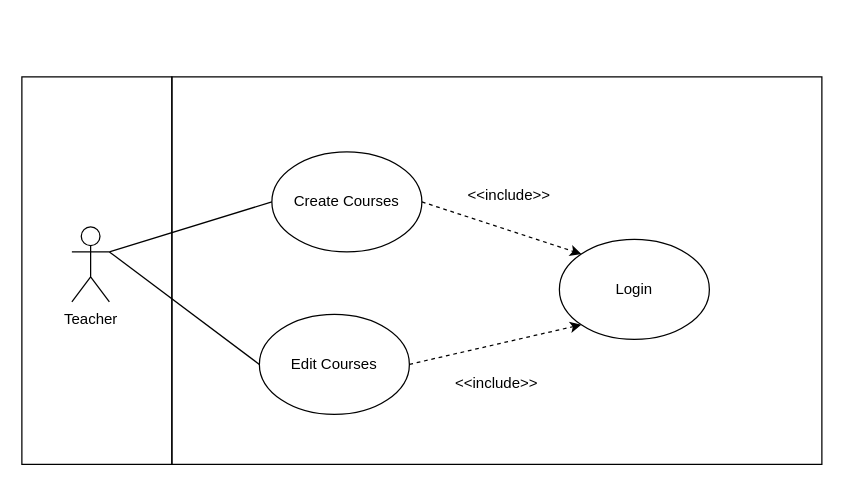
pikaitoh/HackAcad.Web keeps this draw.io diagram as UML DIAGRAMS/Teacher.drawio. Above is the earlier version. Source tidied: cells renumbered, new cells numbered last; positions are measured from the earlier drawing's top-left corner, leaving out a move shared by most shapes. Both pictures are drawn from the tidied source at 125%, with x=0, y=0 at pixel (21, 76).
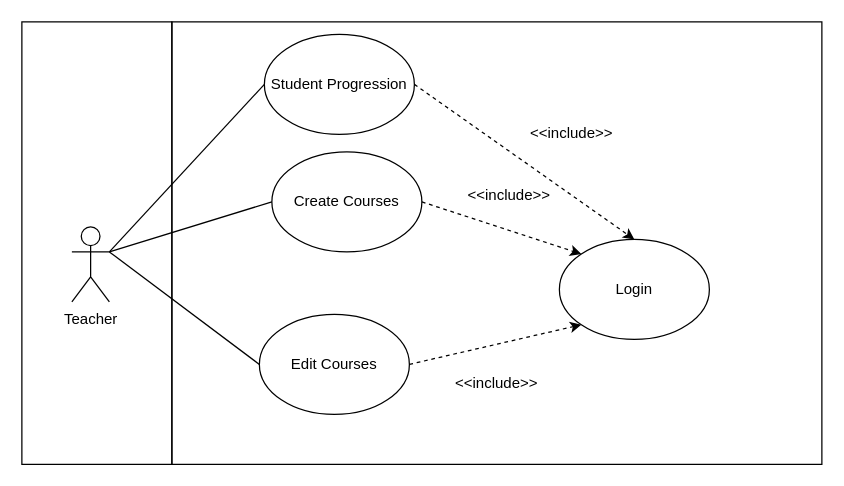
After the change.

Commit message:
updated teacher use case diagram

Diff of the diagram source:
```diff
@@
 <mxGraphModel>
   <root>
     <mxCell id="0" />
     <mxCell id="1" parent="0" />
-    <mxCell id="2" style="rounded=0;whiteSpace=wrap;html=1;fillColor=none;" parent="1" vertex="1">
-      <mxGeometry x="120" width="520" height="310" as="geometry" />
-    </mxCell>
-    <mxCell id="3" style="rounded=0;whiteSpace=wrap;html=1;fillColor=none;" parent="1" vertex="1">
-      <mxGeometry width="120" height="310" as="geometry" />
-    </mxCell>
+    <mxCell id="14" style="rounded=0;whiteSpace=wrap;html=1;fillColor=none;" parent="1" vertex="1">
+      <mxGeometry x="120" y="-44" width="520" height="354" as="geometry" />
+    </mxCell>
+    <mxCell id="15" style="rounded=0;whiteSpace=wrap;html=1;fillColor=none;" parent="1" vertex="1">
+      <mxGeometry y="-44" width="120" height="354" as="geometry" />
+    </mxCell>
     <mxCell id="4" value="Teacher" style="shape=umlActor;verticalLabelPosition=bottom;verticalAlign=top;html=1;outlineConnect=0;" parent="1" vertex="1">
       <mxGeometry x="40" y="120" width="30" height="60" as="geometry" />
     </mxCell>
     <mxCell id="5" value="Create Courses" style="ellipse;whiteSpace=wrap;html=1;shapeInside=1;" parent="1" vertex="1">
       <mxGeometry x="200" y="60" width="120" height="80" as="geometry" />
     </mxCell>
     <mxCell id="6" value="Edit Courses" style="ellipse;whiteSpace=wrap;html=1;shapeInside=1;" parent="1" vertex="1">
       <mxGeometry x="190" y="190" width="120" height="80" as="geometry" />
     </mxCell>
     <mxCell id="7" value="Login" style="ellipse;whiteSpace=wrap;html=1;shapeInside=1;fillColor=light-dark(#FFFFFF,#8C7B3F);" parent="1" vertex="1">
       <mxGeometry x="430" y="130" width="120" height="80" as="geometry" />
     </mxCell>
     <mxCell id="8" style="endArrow=none;html=1;rounded=0;exitX=1;exitY=0.3333333333333333;exitDx=0;exitDy=0;exitPerimeter=0;entryX=0;entryY=0.5;entryDx=0;entryDy=0;" parent="1" edge="1" source="4" target="5">
       <mxGeometry relative="1" as="geometry" />
     </mxCell>
     <mxCell id="9" style="endArrow=none;html=1;rounded=0;exitX=1;exitY=0.3333333333333333;exitDx=0;exitDy=0;exitPerimeter=0;entryX=0;entryY=0.5;entryDx=0;entryDy=0;" parent="1" edge="1" source="4" target="6">
       <mxGeometry relative="1" as="geometry" />
     </mxCell>
     <mxCell id="10" style="html=1;labelBackgroundColor=#ffffff;startArrow=none;startFill=0;startSize=6;endArrow=classic;endFill=1;endSize=6;jettySize=auto;strokeWidth=1;dashed=1;fontSize=14;rounded=0;exitX=1;exitY=0.5;exitDx=0;exitDy=0;entryX=0;entryY=1;entryDx=0;entryDy=0;" parent="1" edge="1" source="6" target="7">
       <mxGeometry relative="1" as="geometry" />
     </mxCell>
     <mxCell id="11" style="html=1;labelBackgroundColor=#ffffff;startArrow=none;startFill=0;startSize=6;endArrow=classic;endFill=1;endSize=6;jettySize=auto;strokeWidth=1;dashed=1;fontSize=14;rounded=0;exitX=1;exitY=0.5;exitDx=0;exitDy=0;entryX=0;entryY=0;entryDx=0;entryDy=0;" parent="1" edge="1" source="5" target="7">
       <mxGeometry relative="1" as="geometry" />
     </mxCell>
-    <mxCell id="12" value="&amp;lt;&amp;lt;include&amp;gt;&amp;gt;" style="text;html=1;whiteSpace=wrap;strokeColor=none;fillColor=none;align=center;verticalAlign=middle;rounded=0;" parent="1" vertex="1">
-      <mxGeometry x="350" y="230" width="60" height="30" as="geometry" />
-    </mxCell>
-    <mxCell id="13" value="&amp;lt;&amp;lt;include&amp;gt;&amp;gt;" style="text;html=1;whiteSpace=wrap;strokeColor=none;fillColor=none;align=center;verticalAlign=middle;rounded=0;" parent="1" vertex="1">
-      <mxGeometry x="360" y="80" width="60" height="30" as="geometry" />
-    </mxCell>
+    <mxCell id="16" value="&amp;lt;&amp;lt;include&amp;gt;&amp;gt;" style="text;html=1;whiteSpace=wrap;strokeColor=none;fillColor=none;align=center;verticalAlign=middle;rounded=0;" parent="1" vertex="1">
+      <mxGeometry x="350" y="230" width="60" height="30" as="geometry" />
+    </mxCell>
+    <mxCell id="17" value="&amp;lt;&amp;lt;include&amp;gt;&amp;gt;" style="text;html=1;whiteSpace=wrap;strokeColor=none;fillColor=none;align=center;verticalAlign=middle;rounded=0;" parent="1" vertex="1">
+      <mxGeometry x="360" y="80" width="60" height="30" as="geometry" />
+    </mxCell>
+    <mxCell id="18" value="Student Progression" style="ellipse;whiteSpace=wrap;html=1;shapeInside=1;" parent="1" vertex="1">
+      <mxGeometry x="194" y="-34" width="120" height="80" as="geometry" />
+    </mxCell>
+    <mxCell id="19" style="endArrow=none;html=1;rounded=0;entryX=0;entryY=0.5;entryDx=0;entryDy=0;exitX=1;exitY=0.3333333333333333;exitDx=0;exitDy=0;exitPerimeter=0;" parent="1" edge="1" source="4" target="18">
+      <mxGeometry relative="1" as="geometry" />
+    </mxCell>
+    <mxCell id="20" style="html=1;labelBackgroundColor=#ffffff;startArrow=none;startFill=0;startSize=6;endArrow=classic;endFill=1;endSize=6;jettySize=auto;strokeWidth=1;dashed=1;fontSize=14;rounded=0;exitX=1;exitY=0.5;exitDx=0;exitDy=0;entryX=0.5;entryY=0;entryDx=0;entryDy=0;" parent="1" edge="1" source="18" target="7">
+      <mxGeometry relative="1" as="geometry" />
+    </mxCell>
+    <mxCell id="21" value="&amp;lt;&amp;lt;include&amp;gt;&amp;gt;" style="text;html=1;whiteSpace=wrap;strokeColor=none;fillColor=none;align=center;verticalAlign=middle;rounded=0;" parent="1" vertex="1">
+      <mxGeometry x="410" y="30" width="60" height="30" as="geometry" />
+    </mxCell>
   </root>
 </mxGraphModel>
```
